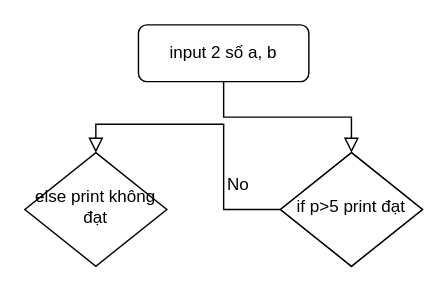
Above: bt4.drawio in QuangHuy2006/session-1-C (draw.io), before the change. Source tidied: cells renumbered, new cells numbered last; positions are measured from the earlier drawing's top-left corner, leaving out a move shared by most shapes. Both pictures are drawn from the tidied source at 142%, with x=0, y=0 at pixel (24, 24).
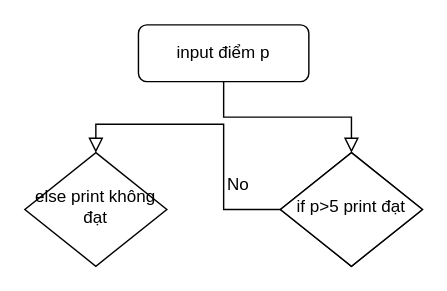
After the change.

Change to the diagram source:
```diff
@@
 <mxGraphModel>
   <root>
     <mxCell id="0" />
     <mxCell id="1" parent="0" />
     <mxCell id="2" style="rounded=0;html=1;jettySize=auto;fontSize=11;endArrow=block;endFill=0;endSize=8;strokeWidth=1;shadow=0;labelBackgroundColor=none;edgeStyle=orthogonalEdgeStyle;" parent="1" edge="1" source="3" target="4">
       <mxGeometry relative="1" as="geometry" />
     </mxCell>
-    <mxCell id="3" value="input 2 số a, b" style="rounded=1;whiteSpace=wrap;html=1;fontSize=12;glass=0;strokeWidth=1;shadow=0;" parent="1" vertex="1">
+    <mxCell id="3" value="input điểm p" style="rounded=1;whiteSpace=wrap;html=1;fontSize=12;glass=0;strokeWidth=1;shadow=0;" parent="1" vertex="1">
       <mxGeometry x="80" width="120" height="40" as="geometry" />
     </mxCell>
     <mxCell id="4" value="sum=a+b" style="rhombus;whiteSpace=wrap;html=1;shadow=0;fontFamily=Helvetica;fontSize=12;align=center;strokeWidth=1;spacing=6;spacingTop=-4;" parent="1" vertex="1">
       <mxGeometry x="180" y="90" width="100" height="80" as="geometry" />
     </mxCell>
     <mxCell id="5" value="if p&amp;gt;5 print đạt" style="rhombus;whiteSpace=wrap;html=1;shadow=0;fontFamily=Helvetica;fontSize=12;align=center;strokeWidth=1;spacing=6;spacingTop=-4;" parent="1" vertex="1">
       <mxGeometry x="180" y="90" width="100" height="80" as="geometry" />
     </mxCell>
     <mxCell id="6" value="else print không đạt" style="rhombus;whiteSpace=wrap;html=1;shadow=0;fontFamily=Helvetica;fontSize=12;align=center;strokeWidth=1;spacing=6;spacingTop=-4;" parent="1" vertex="1">
       <mxGeometry y="90" width="100" height="80" as="geometry" />
     </mxCell>
     <mxCell id="7" style="rounded=0;html=1;jettySize=auto;fontSize=11;endArrow=block;endFill=0;endSize=8;strokeWidth=1;shadow=0;labelBackgroundColor=none;edgeStyle=orthogonalEdgeStyle;entryX=0.5;entryY=0;entryDx=0;entryDy=0;exitX=0;exitY=0.5;exitDx=0;exitDy=0;" parent="1" edge="1" source="5" target="6">
       <mxGeometry relative="1" as="geometry" />
     </mxCell>
     <mxCell id="8" value="No" style="text;html=1;align=center;verticalAlign=middle;strokeColor=none;fillColor=none;" parent="1" vertex="1">
       <mxGeometry x="130" y="98" width="40" height="30" as="geometry" />
     </mxCell>
   </root>
 </mxGraphModel>
```
